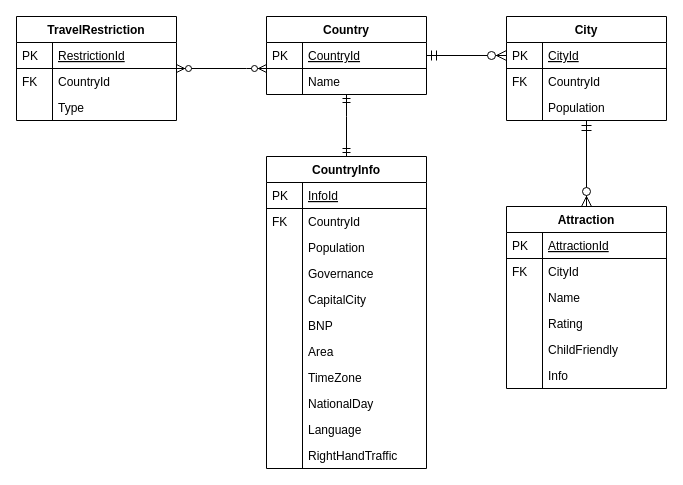
Before: Documentation/DbDiagrams/DbDiagram(1).drawio in Gerglamesh/Web-Backend-GruppD, a draw.io diagram. Source tidied: cells renumbered, new cells numbered last; positions are measured from the earlier drawing's top-left corner, leaving out a move shared by most shapes. Both pictures are drawn from the tidied source at 100%, with x=0, y=0 at pixel (16, 16).
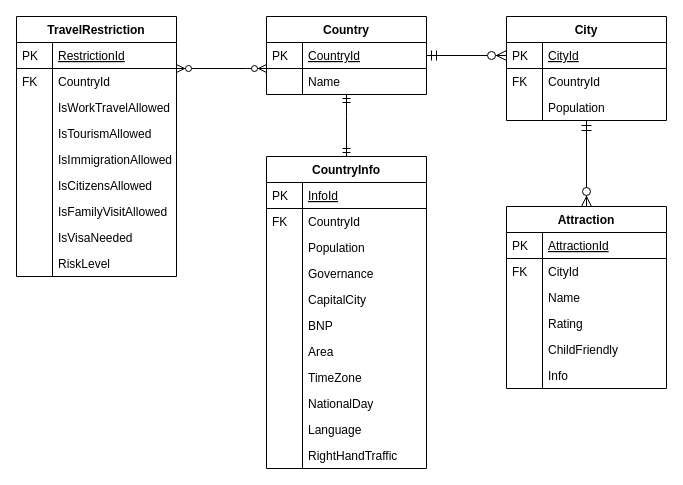
Above is the later version.

Commit message (it also covers changes not shown here):
@Gerglamesh, add review of travelrestriction table, including corrections in table documentation and DbDiagram documentation

What changed in the source:
```diff
@@
     <mxCell id="54" value="TravelRestriction" style="swimlane;fontStyle=1;horizontal=1;startSize=26;rounded=0;shadow=0;strokeWidth=1;" parent="1" vertex="1">
-      <mxGeometry width="160" height="104" as="geometry" />
+      <mxGeometry width="160" height="260" as="geometry" />
     </mxCell>
@@
-    <mxCell id="59" value="Type" style="shape=partialRectangle;top=0;left=0;right=0;bottom=0;align=left;verticalAlign=top;fillColor=none;spacingLeft=40;spacingRight=4;overflow=hidden;rounded=0;shadow=0;strokeWidth=1;" parent="54" vertex="1">
+    <mxCell id="59" value="IsWorkTravelAllowed" style="shape=partialRectangle;top=0;left=0;right=0;bottom=0;align=left;verticalAlign=top;fillColor=none;spacingLeft=40;spacingRight=4;overflow=hidden;rounded=0;shadow=0;strokeWidth=1;" parent="54" vertex="1">
       <mxGeometry y="78" width="160" height="26" as="geometry" />
     </mxCell>
@@
+    <mxCell id="61" value="IsTourismAllowed" style="shape=partialRectangle;top=0;left=0;right=0;bottom=0;align=left;verticalAlign=top;fillColor=none;spacingLeft=40;spacingRight=4;overflow=hidden;rounded=0;shadow=0;strokeWidth=1;" parent="54" vertex="1">
+      <mxGeometry y="104" width="160" height="26" as="geometry" />
+    </mxCell>
+    <mxCell id="62" style="shape=partialRectangle;top=0;left=0;bottom=0;fillColor=none;align=left;verticalAlign=top;spacingLeft=4;spacingRight=4;overflow=hidden;" parent="61" vertex="1">
+      <mxGeometry width="36" height="26" as="geometry" />
+    </mxCell>
+    <mxCell id="63" value="IsImmigrationAllowed" style="shape=partialRectangle;top=0;left=0;right=0;bottom=0;align=left;verticalAlign=top;fillColor=none;spacingLeft=40;spacingRight=4;overflow=hidden;rounded=0;shadow=0;strokeWidth=1;" parent="54" vertex="1">
+      <mxGeometry y="130" width="160" height="26" as="geometry" />
+    </mxCell>
+    <mxCell id="64" style="shape=partialRectangle;top=0;left=0;bottom=0;fillColor=none;align=left;verticalAlign=top;spacingLeft=4;spacingRight=4;overflow=hidden;" parent="63" vertex="1">
+      <mxGeometry width="36" height="26" as="geometry" />
+    </mxCell>
+    <mxCell id="65" value="IsCitizensAllowed" style="shape=partialRectangle;top=0;left=0;right=0;bottom=0;align=left;verticalAlign=top;fillColor=none;spacingLeft=40;spacingRight=4;overflow=hidden;rounded=0;shadow=0;strokeWidth=1;" parent="54" vertex="1">
+      <mxGeometry y="156" width="160" height="26" as="geometry" />
+    </mxCell>
+    <mxCell id="66" style="shape=partialRectangle;top=0;left=0;bottom=0;fillColor=none;align=left;verticalAlign=top;spacingLeft=4;spacingRight=4;overflow=hidden;" parent="65" vertex="1">
+      <mxGeometry width="36" height="26" as="geometry" />
+    </mxCell>
+    <mxCell id="67" value="IsFamilyVisitAllowed" style="shape=partialRectangle;top=0;left=0;right=0;bottom=0;align=left;verticalAlign=top;fillColor=none;spacingLeft=40;spacingRight=4;overflow=hidden;rounded=0;shadow=0;strokeWidth=1;" parent="54" vertex="1">
+      <mxGeometry y="182" width="160" height="26" as="geometry" />
+    </mxCell>
+    <mxCell id="68" style="shape=partialRectangle;top=0;left=0;bottom=0;fillColor=none;align=left;verticalAlign=top;spacingLeft=4;spacingRight=4;overflow=hidden;" parent="67" vertex="1">
+      <mxGeometry width="36" height="26" as="geometry" />
+    </mxCell>
+    <mxCell id="69" value="IsVisaNeeded" style="shape=partialRectangle;top=0;left=0;right=0;bottom=0;align=left;verticalAlign=top;fillColor=none;spacingLeft=40;spacingRight=4;overflow=hidden;rounded=0;shadow=0;strokeWidth=1;" parent="54" vertex="1">
+      <mxGeometry y="208" width="160" height="26" as="geometry" />
+    </mxCell>
+    <mxCell id="70" style="shape=partialRectangle;top=0;left=0;bottom=0;fillColor=none;align=left;verticalAlign=top;spacingLeft=4;spacingRight=4;overflow=hidden;" parent="69" vertex="1">
+      <mxGeometry width="36" height="26" as="geometry" />
+    </mxCell>
+    <mxCell id="71" value="RiskLevel" style="shape=partialRectangle;top=0;left=0;right=0;bottom=0;align=left;verticalAlign=top;fillColor=none;spacingLeft=40;spacingRight=4;overflow=hidden;rounded=0;shadow=0;strokeWidth=1;" parent="54" vertex="1">
+      <mxGeometry y="234" width="160" height="26" as="geometry" />
+    </mxCell>
+    <mxCell id="72" style="shape=partialRectangle;top=0;left=0;bottom=0;fillColor=none;align=left;verticalAlign=top;spacingLeft=4;spacingRight=4;overflow=hidden;" parent="71" vertex="1">
+      <mxGeometry width="36" height="26" as="geometry" />
+    </mxCell>
```
